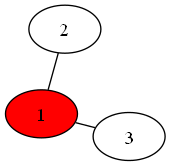
This is GraphDomApp/GraphDomApp/MyGraph.png from brimst0ne/vkr, a Graphviz export, as it was before one commit. Its source is kept beside it as GraphDomApp/GraphDomApp/MyGraph.gv.
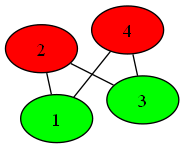
After the change.

The edit, as a diff of the source:
```diff
@@ -2,7 +2,13 @@
 	1;
 	2;
 	3;
+	4;
 	1 -- 2;
-	1 -- 3;
-    1 [style=filled, fillcolor=red];
+	1 -- 4;
+	2 -- 3;
+	3 -- 4;
+    1 [style=filled, fillcolor=green];
+    2 [style=filled, fillcolor=red];
+    3 [style=filled, fillcolor=green];
+    4 [style=filled, fillcolor=red];
 }
```
